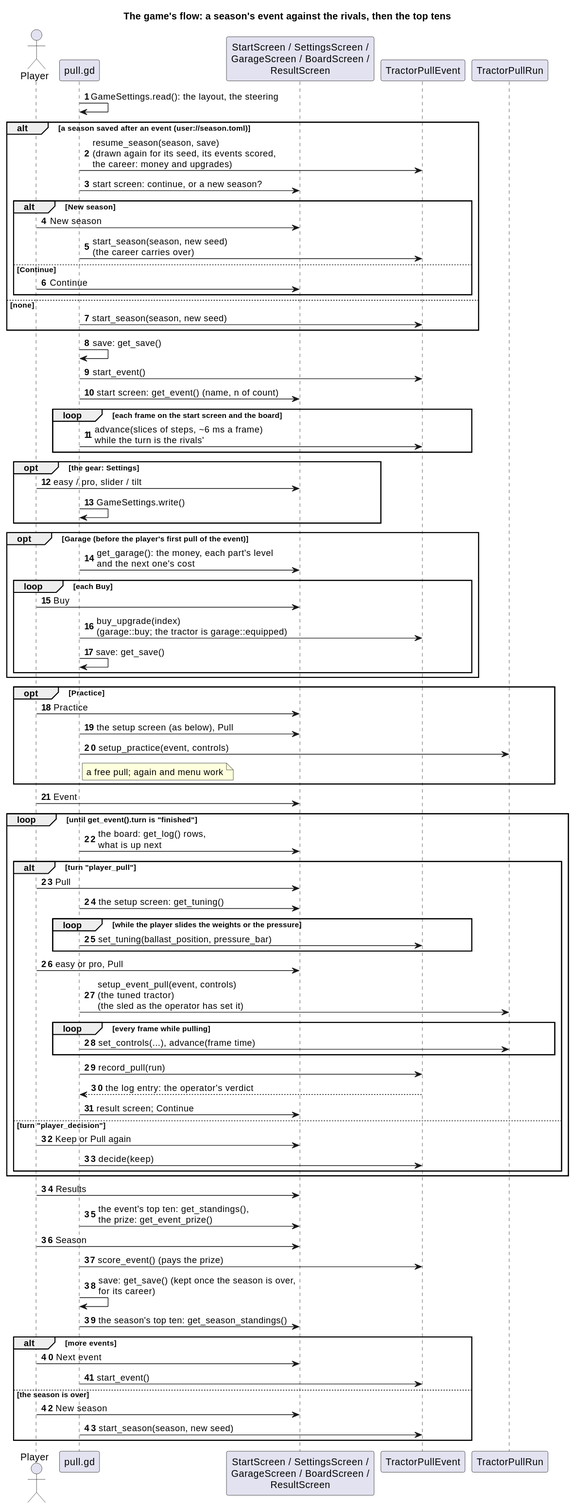
Before: docs/diagrams/svg/godot_run_flow_sequence.svg, a diagram exported from PlantUML (wversteeg/TractorPulling).
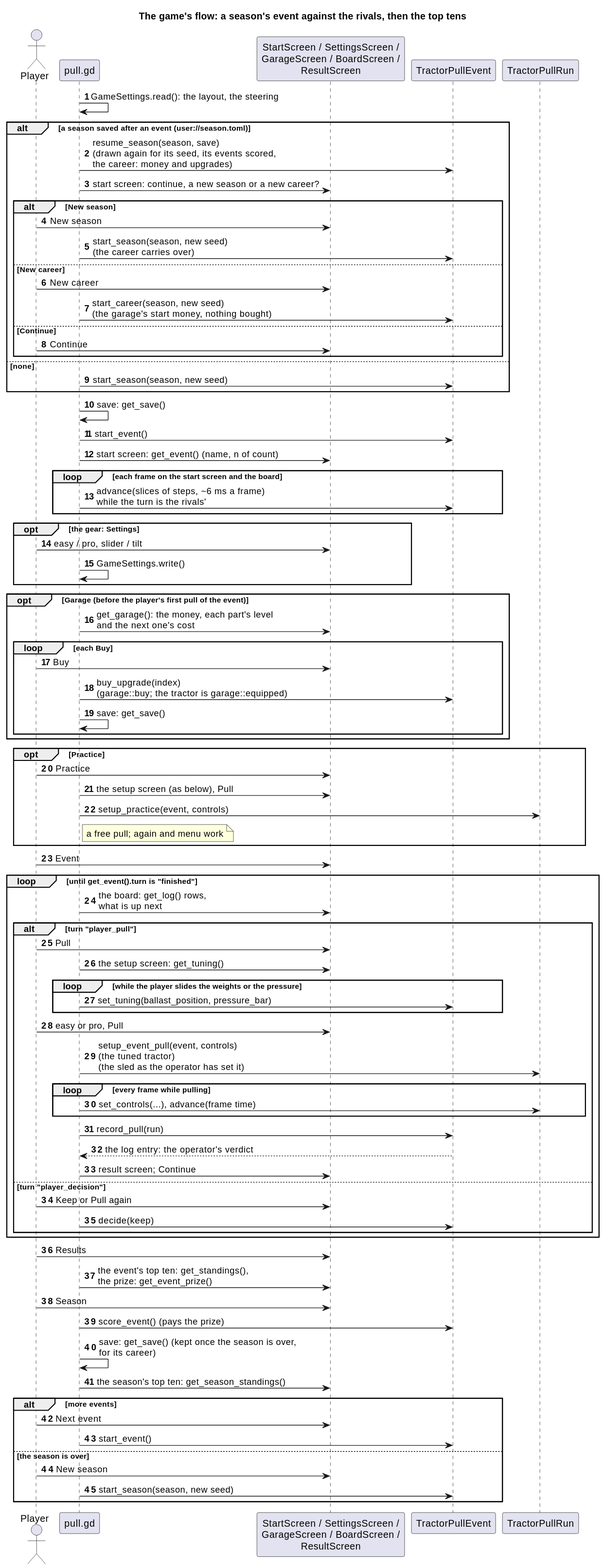
The same diagram one commit later.

Change to the diagram source:
```diff
@@ -10,10 +10,13 @@
 Pull -> Pull : GameSettings.read(): the layout, the steering
 alt a season saved after an event (user://season.toml)
   Pull -> Event : resume_season(season, save)\n(drawn again for its seed, its events scored,\nthe career: money and upgrades)
-  Pull -> Screens : start screen: continue, or a new season?
+  Pull -> Screens : start screen: continue, a new season or a new career?
   alt New season
     Player -> Screens : New season
     Pull -> Event : start_season(season, new seed)\n(the career carries over)
+  else New career
+    Player -> Screens : New career
+    Pull -> Event : start_career(season, new seed)\n(the garage's start money, nothing bought)
   else Continue
     Player -> Screens : Continue
   end
```
